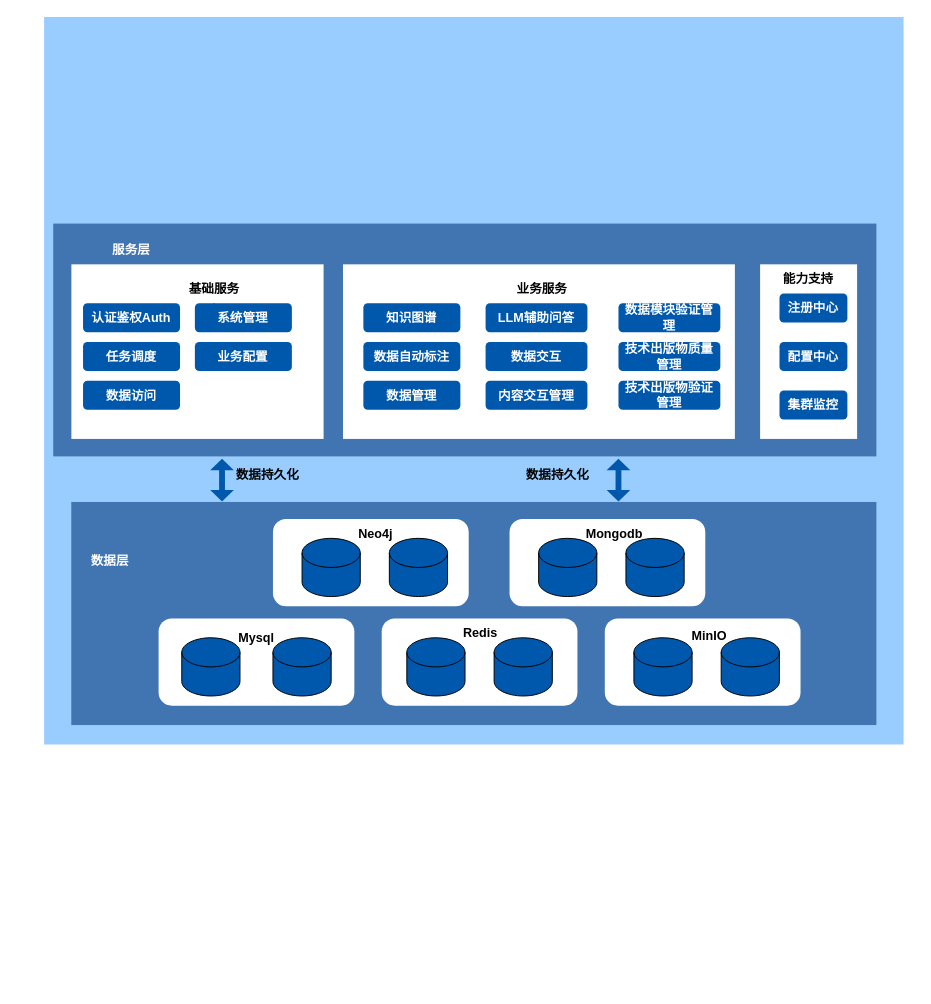
Before: 数据检索与维修数据服/数据检索与维修数据服务技术架构图.drawio in DemonHan/KuickBuy, a draw.io diagram. Source tidied: cells renumbered, new cells numbered last; positions are measured from the earlier drawing's top-left corner, leaving out a move shared by most shapes. Both pictures are drawn from the tidied source at 97%, with x=0, y=0 at pixel (44, 16).
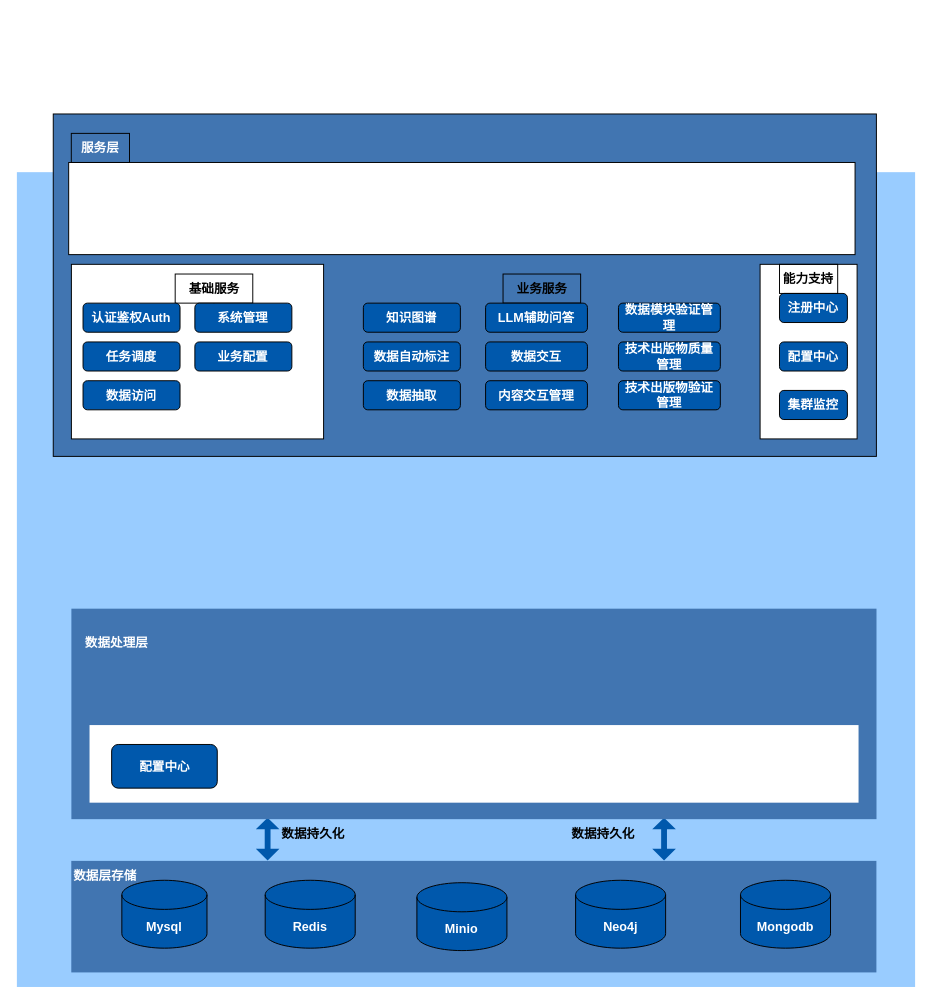
The same page after the edit.

Commit message (it also covers changes not shown here):
更新数据检索与维修数据服务技术架构图.drawio

What changed in the source:
```diff
@@
     <mxCell id="2" style="rounded=0;whiteSpace=wrap;html=1;fillColor=#99CCFF;strokeColor=none;" parent="1" vertex="1">
-      <mxGeometry width="886" height="750" as="geometry" />
+      <mxGeometry x="-28.1" y="160" width="926" height="840" as="geometry" />
     </mxCell>
     <mxCell id="3" style="rounded=0;whiteSpace=wrap;html=1;fillColor=#4175B1;strokeColor=none;" parent="1" vertex="1">
-      <mxGeometry x="28" y="500" width="830" height="230" as="geometry" />
+      <mxGeometry x="28" y="870" width="830" height="115" as="geometry" />
     </mxCell>
-    <mxCell id="4" style="rounded=1;whiteSpace=wrap;html=1;dashed=1;fontStyle=1;fontSize=13;fillColor=#FFFFFF;strokeColor=none;" parent="1" vertex="1">
-      <mxGeometry x="118" y="620" width="201.8" height="90" as="geometry" />
-    </mxCell>
-    <mxCell id="5" value="数据层" style="text;html=1;align=center;verticalAlign=middle;whiteSpace=wrap;rounded=0;fontStyle=1;fontSize=13;strokeColor=none;fontColor=#FFFFFF;" parent="1" vertex="1">
-      <mxGeometry x="38" y="545" width="60" height="30" as="geometry" />
+    <mxCell id="5" value="数据层存储" style="text;html=1;align=center;verticalAlign=middle;whiteSpace=wrap;rounded=0;fontStyle=1;fontSize=13;strokeColor=none;fontColor=#FFFFFF;" parent="1" vertex="1">
+      <mxGeometry x="28.1" y="870" width="69.8" height="30" as="geometry" />
     </mxCell>
-    <mxCell id="6" style="shape=cylinder3;whiteSpace=wrap;html=1;boundedLbl=1;backgroundOutline=1;size=15;fontStyle=1;fontSize=13;strokeColor=default;fillColor=#0058AC;" parent="1" vertex="1">
-      <mxGeometry x="141.9" y="640" width="60" height="60" as="geometry" />
+    <mxCell id="6" value="Mysql" style="shape=cylinder3;whiteSpace=wrap;html=1;boundedLbl=1;backgroundOutline=1;size=15;fontStyle=1;fontSize=13;strokeColor=default;fillColor=#0058AC;fontColor=#FFFFFF;" parent="1" vertex="1">
+      <mxGeometry x="80.1" y="890" width="87.8" height="70" as="geometry" />
     </mxCell>
-    <mxCell id="7" style="shape=cylinder3;whiteSpace=wrap;html=1;boundedLbl=1;backgroundOutline=1;size=15;fontStyle=1;fontSize=13;strokeColor=default;fillColor=#0058AC;" parent="1" vertex="1">
-      <mxGeometry x="235.9" y="640" width="60" height="60" as="geometry" />
-    </mxCell>
-    <mxCell id="8" style="rounded=1;whiteSpace=wrap;html=1;dashed=1;fontStyle=1;fontSize=13;fillColor=#FFFFFF;strokeColor=none;" parent="1" vertex="1">
-      <mxGeometry x="348" y="620" width="201.8" height="90" as="geometry" />
-    </mxCell>
-    <mxCell id="9" value="Mysql" style="text;html=1;align=center;verticalAlign=middle;whiteSpace=wrap;rounded=0;fontStyle=1;fontSize=13;strokeColor=none;fontColor=#000000;" parent="1" vertex="1">
-      <mxGeometry x="188.9" y="625" width="60" height="30" as="geometry" />
-    </mxCell>
-    <mxCell id="10" style="shape=cylinder3;whiteSpace=wrap;html=1;boundedLbl=1;backgroundOutline=1;size=15;fontStyle=1;fontSize=13;strokeColor=default;fillColor=#0058AC;" parent="1" vertex="1">
-      <mxGeometry x="373.9" y="640" width="60" height="60" as="geometry" />
-    </mxCell>
-    <mxCell id="11" style="shape=cylinder3;whiteSpace=wrap;html=1;boundedLbl=1;backgroundOutline=1;size=15;fontStyle=1;fontSize=13;strokeColor=default;fillColor=#0058AC;" parent="1" vertex="1">
-      <mxGeometry x="463.9" y="640" width="60" height="60" as="geometry" />
-    </mxCell>
-    <mxCell id="12" value="Redis" style="text;html=1;align=center;verticalAlign=middle;whiteSpace=wrap;rounded=0;fontStyle=1;fontSize=13;strokeColor=none;fontColor=#000000;" parent="1" vertex="1">
-      <mxGeometry x="419.8" y="620" width="60" height="30" as="geometry" />
-    </mxCell>
-    <mxCell id="13" style="rounded=1;whiteSpace=wrap;html=1;dashed=1;fontStyle=1;fontSize=13;fillColor=#FFFFFF;strokeColor=none;" parent="1" vertex="1">
-      <mxGeometry x="578" y="620" width="201.8" height="90" as="geometry" />
-    </mxCell>
-    <mxCell id="14" value="MinIO" style="text;html=1;align=center;verticalAlign=middle;whiteSpace=wrap;rounded=0;fontStyle=1;fontSize=13;strokeColor=none;fontColor=#000000;" parent="1" vertex="1">
-      <mxGeometry x="655.8" y="623" width="60" height="30" as="geometry" />
-    </mxCell>
-    <mxCell id="15" style="shape=cylinder3;whiteSpace=wrap;html=1;boundedLbl=1;backgroundOutline=1;size=15;fontStyle=1;fontSize=13;strokeColor=default;fillColor=#0058AC;" parent="1" vertex="1">
-      <mxGeometry x="608" y="640" width="60" height="60" as="geometry" />
-    </mxCell>
-    <mxCell id="16" style="shape=cylinder3;whiteSpace=wrap;html=1;boundedLbl=1;backgroundOutline=1;size=15;fontStyle=1;fontSize=13;strokeColor=default;fillColor=#0058AC;" parent="1" vertex="1">
-      <mxGeometry x="698" y="640" width="60" height="60" as="geometry" />
-    </mxCell>
-    <mxCell id="17" style="rounded=1;whiteSpace=wrap;html=1;dashed=1;fontStyle=1;fontSize=13;fillColor=#FFFFFF;strokeColor=none;" parent="1" vertex="1">
-      <mxGeometry x="479.8" y="517.5" width="201.8" height="90" as="geometry" />
-    </mxCell>
-    <mxCell id="18" value="Mongodb" style="text;html=1;align=center;verticalAlign=middle;whiteSpace=wrap;rounded=0;fontStyle=1;fontSize=13;strokeColor=none;fontColor=#000000;" parent="1" vertex="1">
-      <mxGeometry x="557.5" y="517.5" width="60" height="30" as="geometry" />
-    </mxCell>
-    <mxCell id="19" style="shape=cylinder3;whiteSpace=wrap;html=1;boundedLbl=1;backgroundOutline=1;size=15;fontStyle=1;fontSize=13;strokeColor=default;fillColor=#0058AC;" parent="1" vertex="1">
-      <mxGeometry x="509.8" y="537.5" width="60" height="60" as="geometry" />
-    </mxCell>
-    <mxCell id="20" style="shape=cylinder3;whiteSpace=wrap;html=1;boundedLbl=1;backgroundOutline=1;size=15;fontStyle=1;fontSize=13;strokeColor=default;fillColor=#0058AC;" parent="1" vertex="1">
-      <mxGeometry x="599.8" y="537.5" width="60" height="60" as="geometry" />
-    </mxCell>
-    <mxCell id="21" style="rounded=1;whiteSpace=wrap;html=1;dashed=1;fontStyle=1;fontSize=13;fillColor=#FFFFFF;strokeColor=none;" parent="1" vertex="1">
-      <mxGeometry x="235.9" y="517.5" width="201.8" height="90" as="geometry" />
-    </mxCell>
-    <mxCell id="22" value="Neo4j" style="text;html=1;align=center;verticalAlign=middle;whiteSpace=wrap;rounded=0;fontStyle=1;fontSize=13;strokeColor=none;fontColor=#000000;" parent="1" vertex="1">
-      <mxGeometry x="308.1" y="512.5" width="67.7" height="40" as="geometry" />
-    </mxCell>
-    <mxCell id="23" style="shape=cylinder3;whiteSpace=wrap;html=1;boundedLbl=1;backgroundOutline=1;size=15;fontStyle=1;fontSize=13;strokeColor=default;fillColor=#0058AC;" parent="1" vertex="1">
-      <mxGeometry x="265.9" y="537.5" width="60" height="60" as="geometry" />
-    </mxCell>
-    <mxCell id="24" style="shape=cylinder3;whiteSpace=wrap;html=1;boundedLbl=1;backgroundOutline=1;size=15;fontStyle=1;fontSize=13;strokeColor=default;fillColor=#0058AC;" parent="1" vertex="1">
-      <mxGeometry x="355.9" y="537.5" width="60" height="60" as="geometry" />
-    </mxCell>
-    <mxCell id="25" style="rounded=0;whiteSpace=wrap;html=1;fillColor=#4175B1;strokeColor=none;" parent="1" vertex="1">
-      <mxGeometry x="9.4" y="213" width="848.6" height="240" as="geometry" />
+    <mxCell id="25" style="rounded=0;whiteSpace=wrap;html=1;fillColor=#4175B1;strokeColor=default;" parent="1" vertex="1">
+      <mxGeometry x="9.4" y="100" width="848.6" height="353" as="geometry" />
     </mxCell>
-    <mxCell id="26" style="rounded=0;whiteSpace=wrap;html=1;fontStyle=1;fontSize=13;fillColor=#FFFFFF;strokeColor=none;" parent="1" vertex="1">
+    <mxCell id="26" style="rounded=0;whiteSpace=wrap;html=1;fontStyle=1;fontSize=13;fillColor=#FFFFFF;strokeColor=default;" parent="1" vertex="1">
       <mxGeometry x="28.1" y="255" width="260" height="180" as="geometry" />
     </mxCell>
-    <mxCell id="27" style="rounded=0;whiteSpace=wrap;html=1;fontStyle=1;fontSize=13;fillColor=#FFFFFF;strokeColor=none;" parent="1" vertex="1">
+    <mxCell id="27" style="rounded=0;whiteSpace=wrap;html=1;fontStyle=1;fontSize=13;fillColor=#FFFFFF;strokeColor=default;" parent="1" vertex="1">
       <mxGeometry x="738.1" y="255" width="100" height="180" as="geometry" />
     </mxCell>
-    <mxCell id="28" value="注册中心" style="rounded=1;whiteSpace=wrap;html=1;fontStyle=1;fontSize=13;strokeColor=none;fillColor=#0058AC;fontColor=#FFFFFF;" parent="1" vertex="1">
+    <mxCell id="28" value="注册中心" style="rounded=1;whiteSpace=wrap;html=1;fontStyle=1;fontSize=13;strokeColor=default;fillColor=#0058AC;fontColor=#FFFFFF;" parent="1" vertex="1">
       <mxGeometry x="758.1" y="285" width="70" height="30" as="geometry" />
     </mxCell>
-    <mxCell id="29" value="配置中心" style="rounded=1;whiteSpace=wrap;html=1;fontStyle=1;fontSize=13;strokeColor=none;fillColor=#0058AC;fontColor=#FFFFFF;" parent="1" vertex="1">
+    <mxCell id="29" value="配置中心" style="rounded=1;whiteSpace=wrap;html=1;fontStyle=1;fontSize=13;strokeColor=default;fillColor=#0058AC;fontColor=#FFFFFF;" parent="1" vertex="1">
       <mxGeometry x="758.1" y="335" width="70" height="30" as="geometry" />
     </mxCell>
-    <mxCell id="30" value="集群监控" style="rounded=1;whiteSpace=wrap;html=1;fontStyle=1;fontSize=13;strokeColor=none;fillColor=#0058AC;fontColor=#FFFFFF;" parent="1" vertex="1">
+    <mxCell id="30" value="集群监控" style="rounded=1;whiteSpace=wrap;html=1;fontStyle=1;fontSize=13;strokeColor=default;fillColor=#0058AC;fontColor=#FFFFFF;" parent="1" vertex="1">
       <mxGeometry x="758.1" y="385" width="70" height="30" as="geometry" />
     </mxCell>
-    <mxCell id="31" style="edgeStyle=orthogonalEdgeStyle;rounded=0;jettySize=auto;html=1;" parent="1" edge="1" source="32" target="44">
+    <mxCell id="31" style="edgeStyle=orthogonalEdgeStyle;rounded=0;jettySize=auto;html=1;strokeColor=default;" parent="1" edge="1" source="32" target="44">
       <mxGeometry relative="1" as="geometry" />
     </mxCell>
-    <mxCell id="32" value="基础服务" style="text;html=1;align=center;verticalAlign=middle;points=[];strokeColor=none;fillColor=none;fontStyle=1;fontSize=13;" parent="1" vertex="1">
+    <mxCell id="32" value="基础服务" style="text;html=1;align=center;verticalAlign=middle;points=[];strokeColor=default;fillColor=none;fontStyle=1;fontSize=13;" parent="1" vertex="1">
       <mxGeometry x="135.1" y="265" width="80" height="30" as="geometry" />
     </mxCell>
-    <mxCell id="33" value="认证鉴权Auth" style="rounded=1;whiteSpace=wrap;html=1;fontStyle=1;fontSize=13;strokeColor=none;fillColor=#0058AC;fontColor=#FFFFFF;" parent="1" vertex="1">
+    <mxCell id="33" value="认证鉴权Auth" style="rounded=1;whiteSpace=wrap;html=1;fontStyle=1;fontSize=13;strokeColor=default;fillColor=#0058AC;fontColor=#FFFFFF;" parent="1" vertex="1">
       <mxGeometry x="40.1" y="295" width="100" height="30" as="geometry" />
     </mxCell>
-    <mxCell id="34" value="任务调度" style="rounded=1;whiteSpace=wrap;html=1;fontStyle=1;fontSize=13;strokeColor=none;fillColor=#0058AC;fontColor=#FFFFFF;" parent="1" vertex="1">
+    <mxCell id="34" value="任务调度" style="rounded=1;whiteSpace=wrap;html=1;fontStyle=1;fontSize=13;strokeColor=default;fillColor=#0058AC;fontColor=#FFFFFF;" parent="1" vertex="1">
       <mxGeometry x="40.1" y="335" width="100" height="30" as="geometry" />
     </mxCell>
-    <mxCell id="35" value="数据访问" style="rounded=1;whiteSpace=wrap;html=1;fontStyle=1;fontSize=13;strokeColor=none;fillColor=#0058AC;fontColor=#FFFFFF;" parent="1" vertex="1">
+    <mxCell id="35" value="数据访问" style="rounded=1;whiteSpace=wrap;html=1;fontStyle=1;fontSize=13;strokeColor=default;fillColor=#0058AC;fontColor=#FFFFFF;" parent="1" vertex="1">
       <mxGeometry x="40.1" y="375" width="100" height="30" as="geometry" />
     </mxCell>
-    <mxCell id="36" style="rounded=0;whiteSpace=wrap;html=1;fontStyle=1;fontSize=13;fillColor=#FFFFFF;strokeColor=none;" parent="1" vertex="1">
-      <mxGeometry x="308.1" y="255" width="404" height="180" as="geometry" />
+    <mxCell id="36" style="rounded=0;whiteSpace=wrap;html=1;fontStyle=1;fontSize=13;fillColor=#FFFFFF;strokeColor=default;" parent="1" vertex="1">
+      <mxGeometry x="25.3" y="150" width="810.7" height="95" as="geometry" />
     </mxCell>
-    <mxCell id="37" value="业务服务" style="text;html=1;align=center;verticalAlign=middle;strokeColor=none;fillColor=none;fontStyle=1;fontSize=13;" parent="1" vertex="1">
+    <mxCell id="37" value="业务服务" style="text;html=1;align=center;verticalAlign=middle;strokeColor=default;fillColor=none;fontStyle=1;fontSize=13;" parent="1" vertex="1">
       <mxGeometry x="473.1" y="265" width="80" height="30" as="geometry" />
     </mxCell>
-    <mxCell id="38" value="知识图谱" style="rounded=1;whiteSpace=wrap;html=1;fontStyle=1;fontSize=13;strokeColor=none;fillColor=#0058AC;fontColor=#FFFFFF;" parent="1" vertex="1">
+    <mxCell id="38" value="知识图谱" style="rounded=1;whiteSpace=wrap;html=1;fontStyle=1;fontSize=13;strokeColor=default;fillColor=#0058AC;fontColor=#FFFFFF;" parent="1" vertex="1">
       <mxGeometry x="329.1" y="295" width="100" height="30" as="geometry" />
     </mxCell>
-    <mxCell id="39" value="数据自动标注" style="rounded=1;whiteSpace=wrap;html=1;fontStyle=1;fontSize=13;strokeColor=none;fillColor=#0058AC;fontColor=#FFFFFF;" parent="1" vertex="1">
+    <mxCell id="39" value="数据自动标注" style="rounded=1;whiteSpace=wrap;html=1;fontStyle=1;fontSize=13;strokeColor=default;fillColor=#0058AC;fontColor=#FFFFFF;" parent="1" vertex="1">
       <mxGeometry x="329.1" y="335" width="100" height="30" as="geometry" />
     </mxCell>
-    <mxCell id="40" value="数据管理" style="rounded=1;whiteSpace=wrap;html=1;fontStyle=1;fontSize=13;strokeColor=none;fillColor=#0058AC;fontColor=#FFFFFF;" parent="1" vertex="1">
+    <mxCell id="40" value="数据抽取" style="rounded=1;whiteSpace=wrap;html=1;fontStyle=1;fontSize=13;strokeColor=default;fillColor=#0058AC;fontColor=#FFFFFF;" parent="1" vertex="1">
       <mxGeometry x="329.1" y="375" width="100" height="30" as="geometry" />
     </mxCell>
-    <mxCell id="41" value="LLM辅助问答" style="rounded=1;whiteSpace=wrap;html=1;fontStyle=1;fontSize=13;strokeColor=none;fillColor=#0058AC;fontColor=#FFFFFF;" parent="1" vertex="1">
+    <mxCell id="41" value="LLM辅助问答" style="rounded=1;whiteSpace=wrap;html=1;fontStyle=1;fontSize=13;strokeColor=default;fillColor=#0058AC;fontColor=#FFFFFF;" parent="1" vertex="1">
       <mxGeometry x="455.1" y="295" width="105" height="30" as="geometry" />
     </mxCell>
-    <mxCell id="42" value="数据交互" style="rounded=1;whiteSpace=wrap;html=1;fontStyle=1;fontSize=13;strokeColor=none;fillColor=#0058AC;fontColor=#FFFFFF;" parent="1" vertex="1">
+    <mxCell id="42" value="数据交互" style="rounded=1;whiteSpace=wrap;html=1;fontStyle=1;fontSize=13;strokeColor=default;fillColor=#0058AC;fontColor=#FFFFFF;" parent="1" vertex="1">
       <mxGeometry x="455.1" y="335" width="105" height="30" as="geometry" />
     </mxCell>
-    <mxCell id="43" value="内容交互管理" style="rounded=1;whiteSpace=wrap;html=1;fontStyle=1;fontSize=13;strokeColor=none;fillColor=#0058AC;fontColor=#FFFFFF;" parent="1" vertex="1">
+    <mxCell id="43" value="内容交互管理" style="rounded=1;whiteSpace=wrap;html=1;fontStyle=1;fontSize=13;strokeColor=default;fillColor=#0058AC;fontColor=#FFFFFF;" parent="1" vertex="1">
       <mxGeometry x="455.1" y="375" width="105" height="30" as="geometry" />
     </mxCell>
-    <mxCell id="44" value="系统管理" style="rounded=1;whiteSpace=wrap;html=1;fontStyle=1;fontSize=13;strokeColor=none;fillColor=#0058AC;fontColor=#FFFFFF;" parent="1" vertex="1">
+    <mxCell id="44" value="系统管理" style="rounded=1;whiteSpace=wrap;html=1;fontStyle=1;fontSize=13;strokeColor=default;fillColor=#0058AC;fontColor=#FFFFFF;" parent="1" vertex="1">
       <mxGeometry x="155.4" y="295" width="100" height="30" as="geometry" />
     </mxCell>
-    <mxCell id="45" value="业务配置" style="rounded=1;whiteSpace=wrap;html=1;fontStyle=1;fontSize=13;strokeColor=none;fillColor=#0058AC;fontColor=#FFFFFF;" parent="1" vertex="1">
+    <mxCell id="45" value="业务配置" style="rounded=1;whiteSpace=wrap;html=1;fontStyle=1;fontSize=13;strokeColor=default;fillColor=#0058AC;fontColor=#FFFFFF;" parent="1" vertex="1">
       <mxGeometry x="155.4" y="335" width="100" height="30" as="geometry" />
     </mxCell>
-    <mxCell id="46" value="数据模块验证管理" style="rounded=1;whiteSpace=wrap;html=1;fontStyle=1;fontSize=13;strokeColor=none;fillColor=#0058AC;fontColor=#FFFFFF;" parent="1" vertex="1">
+    <mxCell id="46" value="数据模块验证管理" style="rounded=1;whiteSpace=wrap;html=1;fontStyle=1;fontSize=13;strokeColor=default;fillColor=#0058AC;fontColor=#FFFFFF;" parent="1" vertex="1">
       <mxGeometry x="592.1" y="295" width="105" height="30" as="geometry" />
     </mxCell>
-    <mxCell id="47" value="技术出版物质量管理" style="rounded=1;whiteSpace=wrap;html=1;fontStyle=1;fontSize=13;strokeColor=none;fillColor=#0058AC;fontColor=#FFFFFF;" parent="1" vertex="1">
+    <mxCell id="47" value="技术出版物质量管理" style="rounded=1;whiteSpace=wrap;html=1;fontStyle=1;fontSize=13;strokeColor=default;fillColor=#0058AC;fontColor=#FFFFFF;" parent="1" vertex="1">
       <mxGeometry x="592.1" y="335" width="105" height="30" as="geometry" />
     </mxCell>
-    <mxCell id="48" value="技术出版物验证管理" style="rounded=1;whiteSpace=wrap;html=1;fontStyle=1;fontSize=13;strokeColor=none;fillColor=#0058AC;fontColor=#FFFFFF;" parent="1" vertex="1">
+    <mxCell id="48" value="技术出版物验证管理" style="rounded=1;whiteSpace=wrap;html=1;fontStyle=1;fontSize=13;strokeColor=default;fillColor=#0058AC;fontColor=#FFFFFF;" parent="1" vertex="1">
       <mxGeometry x="592.1" y="375" width="105" height="30" as="geometry" />
     </mxCell>
-    <mxCell id="49" value="能力支持" style="text;html=1;align=center;verticalAlign=middle;whiteSpace=wrap;rounded=0;fontStyle=1;fontSize=13;strokeColor=none;" parent="1" vertex="1">
+    <mxCell id="49" value="能力支持" style="text;html=1;align=center;verticalAlign=middle;whiteSpace=wrap;rounded=0;fontStyle=1;fontSize=13;strokeColor=default;" parent="1" vertex="1">
       <mxGeometry x="758.1" y="255" width="60" height="30" as="geometry" />
     </mxCell>
     <mxCell id="50" style="shape=flexArrow;endArrow=classic;startArrow=classic;html=1;rounded=0;width=6;startSize=3.64;endSize=3.64;endWidth=17.387755102040817;startWidth=17.387755102040817;entryX=0.197;entryY=0.995;entryDx=0;entryDy=0;entryPerimeter=0;fontStyle=1;fontSize=13;strokeColor=none;fillColor=#0058AC;" parent="1" edge="1">
       <mxGeometry relative="1" as="geometry">
-        <mxPoint x="183.4" y="500" as="sourcePoint" />
-        <mxPoint x="183.4" y="455" as="targetPoint" />
+        <mxPoint x="230.4" y="870" as="sourcePoint" />
+        <mxPoint x="230.4" y="825" as="targetPoint" />
       </mxGeometry>
     </mxCell>
     <mxCell id="51" style="shape=flexArrow;endArrow=classic;startArrow=classic;html=1;rounded=0;width=6;startSize=3.64;endSize=3.64;endWidth=17.387755102040817;startWidth=17.387755102040817;entryX=0.197;entryY=0.995;entryDx=0;entryDy=0;entryPerimeter=0;fontStyle=1;fontSize=13;strokeColor=none;fillColor=#0058AC;" parent="1" edge="1">
       <mxGeometry relative="1" as="geometry">
-        <mxPoint x="592.1" y="500" as="sourcePoint" />
-        <mxPoint x="592.1" y="455" as="targetPoint" />
+        <mxPoint x="639.1" y="870" as="sourcePoint" />
+        <mxPoint x="639.1" y="825" as="targetPoint" />
       </mxGeometry>
     </mxCell>
     <mxCell id="52" value="数据持久化" style="text;html=1;align=center;verticalAlign=middle;strokeColor=none;fillColor=none;fontStyle=1;fontSize=13;" parent="1" vertex="1">
-      <mxGeometry x="185.4" y="457" width="90" height="30" as="geometry" />
+      <mxGeometry x="232.4" y="827" width="90" height="30" as="geometry" />
     </mxCell>
     <mxCell id="53" value="数据持久化" style="text;html=1;align=center;verticalAlign=middle;strokeColor=none;fillColor=none;fontStyle=1;fontSize=13;" parent="1" vertex="1">
-      <mxGeometry x="484.4" y="457" width="90" height="30" as="geometry" />
+      <mxGeometry x="531.4" y="827" width="90" height="30" as="geometry" />
     </mxCell>
-    <mxCell id="54" value="服务层" style="text;html=1;align=center;verticalAlign=middle;whiteSpace=wrap;rounded=0;fontStyle=1;fontSize=13;strokeColor=none;fontColor=#FFFFFF;" parent="1" vertex="1">
-      <mxGeometry x="60.1" y="225" width="60" height="30" as="geometry" />
+    <mxCell id="54" value="服务层" style="text;html=1;align=center;verticalAlign=middle;whiteSpace=wrap;rounded=0;fontStyle=1;fontSize=13;strokeColor=default;fontColor=#FFFFFF;" parent="1" vertex="1">
+      <mxGeometry x="28" y="120" width="60" height="30" as="geometry" />
     </mxCell>
+    <mxCell id="12" value="Redis" style="shape=cylinder3;whiteSpace=wrap;html=1;boundedLbl=1;backgroundOutline=1;size=15;fontStyle=1;fontSize=13;strokeColor=default;fillColor=#0058AC;fontColor=#FFFFFF;" parent="1" vertex="1">
+      <mxGeometry x="227.9" y="890" width="92.8" height="70" as="geometry" />
+    </mxCell>
+    <mxCell id="55" value="Minio" style="shape=cylinder3;whiteSpace=wrap;html=1;boundedLbl=1;backgroundOutline=1;size=15;fontStyle=1;fontSize=13;strokeColor=default;fillColor=#0058AC;fontColor=#FFFFFF;" parent="1" vertex="1">
+      <mxGeometry x="384.3" y="892.5" width="92.8" height="70" as="geometry" />
+    </mxCell>
+    <mxCell id="22" value="Neo4j" style="shape=cylinder3;whiteSpace=wrap;html=1;boundedLbl=1;backgroundOutline=1;size=15;fontStyle=1;fontSize=13;strokeColor=default;fillColor=#0058AC;fontColor=#FFFFFF;" parent="1" vertex="1">
+      <mxGeometry x="547.9" y="890" width="92.8" height="70" as="geometry" />
+    </mxCell>
+    <mxCell id="18" value="Mongodb" style="shape=cylinder3;whiteSpace=wrap;html=1;boundedLbl=1;backgroundOutline=1;size=15;fontStyle=1;fontSize=13;strokeColor=default;fillColor=#0058AC;fontColor=#FFFFFF;" parent="1" vertex="1">
+      <mxGeometry x="717.9" y="890" width="92.8" height="70" as="geometry" />
+    </mxCell>
+    <mxCell id="56" style="rounded=0;whiteSpace=wrap;html=1;fillColor=#4175B1;strokeColor=none;" parent="1" vertex="1">
+      <mxGeometry x="28.1" y="610" width="830" height="217" as="geometry" />
+    </mxCell>
+    <mxCell id="57" value="数据处理层" style="text;html=1;align=center;verticalAlign=middle;whiteSpace=wrap;rounded=0;fontStyle=1;fontSize=13;strokeColor=none;fontColor=#FFFFFF;" parent="1" vertex="1">
+      <mxGeometry x="40.1" y="630" width="69.8" height="30" as="geometry" />
+    </mxCell>
+    <mxCell id="58" style="rounded=0;whiteSpace=wrap;html=1;fontStyle=1;fontSize=13;fillColor=#FFFFFF;strokeColor=none;" parent="1" vertex="1">
+      <mxGeometry x="46.8" y="730" width="792.8" height="80" as="geometry" />
+    </mxCell>
+    <mxCell id="59" value="配置中心" style="rounded=1;whiteSpace=wrap;html=1;fontStyle=1;fontSize=13;strokeColor=default;fillColor=#0058AC;fontColor=#FFFFFF;" parent="1" vertex="1">
+      <mxGeometry x="69.6" y="750" width="108.9" height="45" as="geometry" />
+    </mxCell>
```
